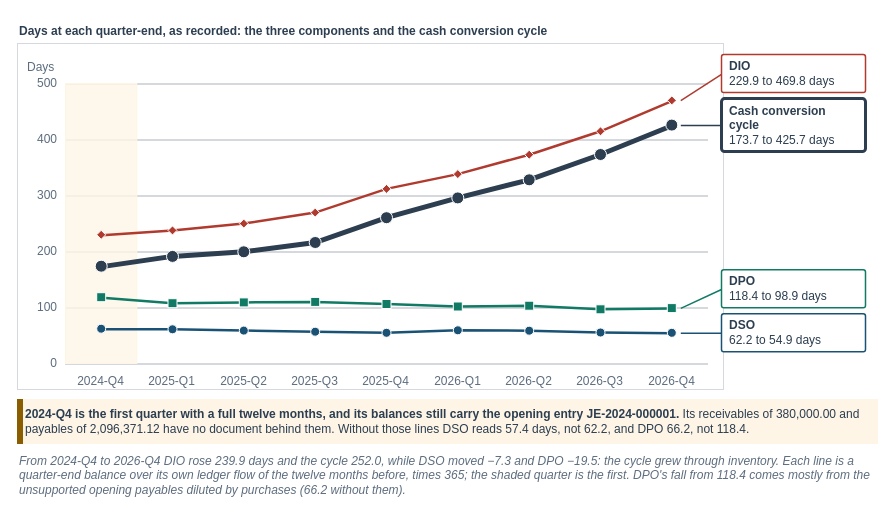
mmcodesso/Accounting_Analytics_Book keeps this draw.io diagram as facts/instructor/figures/case-part-4/IF-C4-3-B.drawio. Above is the earlier version. Source tidied: cells renumbered, new cells numbered last; positions are measured from the earlier drawing's top-left corner, leaving out a move shared by most shapes. Both pictures are drawn from the tidied source at 100%, with x=0, y=0 at pixel (17, 17).
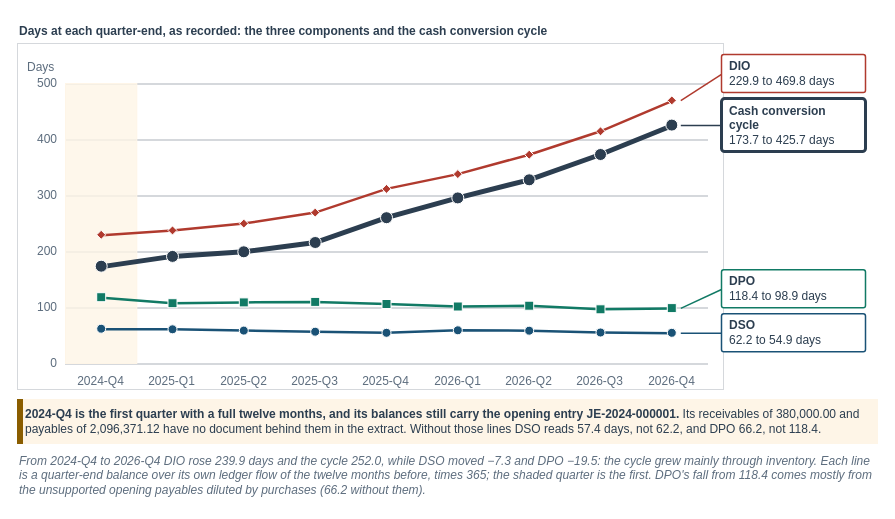
The same page after the edit.

Diff of the diagram source:
```diff
@@
-    <mxCell id="92" value="&lt;b&gt;2024-Q4 is the first quarter with a full twelve months, and its balances still carry the opening entry JE-2024-000001.&lt;/b&gt; Its receivables of 380,000.00 and payables of 2,096,371.12 have no document behind them. Without those lines DSO reads 57.4 days, not 62.2, and DPO 66.2, not 118.4." style="rounded=0;arcSize=6;whiteSpace=wrap;html=1;fillColor=#FEF5E7;strokeColor=#FEF5E7;strokeWidth=1;fontColor=#2C3E50;fontSize=12;fontStyle=0;align=left;verticalAlign=middle;fontFamily=Helvetica;spacingLeft=6;spacingRight=6;" parent="1" vertex="1">
+    <mxCell id="92" value="&lt;b&gt;2024-Q4 is the first quarter with a full twelve months, and its balances still carry the opening entry JE-2024-000001.&lt;/b&gt; Its receivables of 380,000.00 and payables of 2,096,371.12 have no document behind them in the extract. Without those lines DSO reads 57.4 days, not 62.2, and DPO 66.2, not 118.4." style="rounded=0;arcSize=6;whiteSpace=wrap;html=1;fillColor=#FEF5E7;strokeColor=#FEF5E7;strokeWidth=1;fontColor=#2C3E50;fontSize=12;fontStyle=0;align=left;verticalAlign=middle;fontFamily=Helvetica;spacingLeft=6;spacingRight=6;" parent="1" vertex="1">
       <mxGeometry y="382" width="860" height="44" as="geometry" />
     </mxCell>
@@
-    <mxCell id="94" value="&lt;i&gt;From 2024-Q4 to 2026-Q4 DIO rose 239.9 days and the cycle 252.0, while DSO moved −7.3 and DPO −19.5: the cycle grew through inventory. Each line is a quarter-end balance over its own ledger flow of the twelve months before, times 365; the shaded quarter is the first. DPO's fall from 118.4 comes mostly from the unsupported opening payables diluted by purchases (66.2 without them).&lt;/i&gt;" style="text;html=1;whiteSpace=wrap;align=left;verticalAlign=top;fontSize=12;fontColor=#5D6D7E;fontStyle=0;fontFamily=Helvetica;spacing=2;fillColor=none;strokeColor=none;" parent="1" vertex="1">
+    <mxCell id="94" value="&lt;i&gt;From 2024-Q4 to 2026-Q4 DIO rose 239.9 days and the cycle 252.0, while DSO moved −7.3 and DPO −19.5: the cycle grew mainly through inventory. Each line is a quarter-end balance over its own ledger flow of the twelve months before, times 365; the shaded quarter is the first. DPO's fall from 118.4 comes mostly from the unsupported opening payables diluted by purchases (66.2 without them).&lt;/i&gt;" style="text;html=1;whiteSpace=wrap;align=left;verticalAlign=top;fontSize=12;fontColor=#5D6D7E;fontStyle=0;fontFamily=Helvetica;spacing=2;fillColor=none;strokeColor=none;" parent="1" vertex="1">
       <mxGeometry y="430" width="860" height="53" as="geometry" />
     </mxCell>
```
